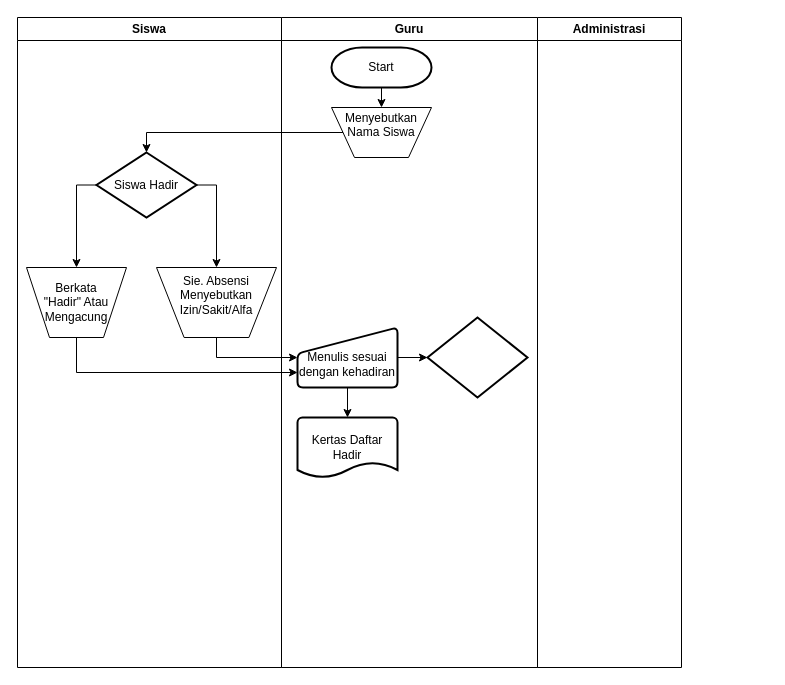
Above: FlowmapBerjalanAbsensi.drawio in Sacrit38/CPP-Ponggame (draw.io), before the change. Source tidied: cells renumbered, new cells numbered last; positions are measured from the earlier drawing's top-left corner, leaving out a move shared by most shapes. Both pictures are drawn from the tidied source at 100%, with x=0, y=0 at pixel (17, 17).
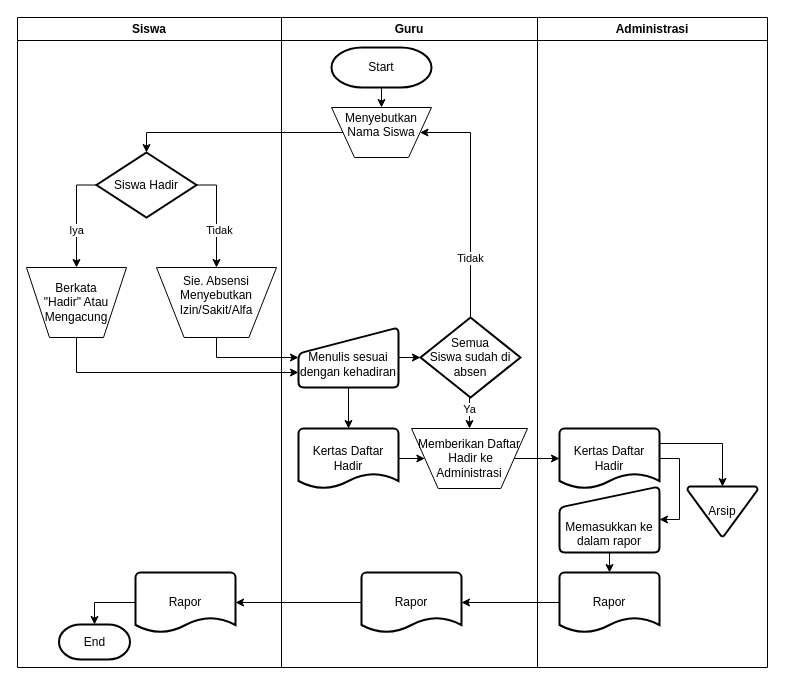
Above is the later version.

The change refers to these unchanged cells:
```xml
<mxCell id="3" value="Guru" style="swimlane;whiteSpace=wrap;html=1;" parent="1" vertex="1">
  <mxGeometry x="264" width="256" height="650" as="geometry" />
</mxCell>
<mxCell id="6" value="Menyebutkan Nama Siswa&lt;div&gt;&lt;br/&gt;&lt;/div&gt;" style="verticalLabelPosition=middle;verticalAlign=middle;html=1;shape=trapezoid;perimeter=trapezoidPerimeter;whiteSpace=wrap;size=0.23;arcSize=10;flipV=1;labelPosition=center;align=center;" parent="3" vertex="1">
  <mxGeometry x="50" y="90" width="100" height="50" as="geometry" />
</mxCell>
<mxCell id="13" value="Siswa" style="swimlane;whiteSpace=wrap;html=1;startSize=23;" parent="1" vertex="1">
  <mxGeometry width="264" height="650" as="geometry" />
</mxCell>
<mxCell id="15" style="edgeStyle=orthogonalEdgeStyle;rounded=0;jettySize=auto;html=1;exitX=0;exitY=0.5;exitDx=0;exitDy=0;exitPerimeter=0;entryX=0.5;entryY=0;entryDx=0;entryDy=0;" parent="13" edge="1" source="17" target="14">
  <mxGeometry relative="1" as="geometry" />
</mxCell>
<mxCell id="16" style="edgeStyle=orthogonalEdgeStyle;rounded=0;jettySize=auto;html=1;exitX=1;exitY=0.5;exitDx=0;exitDy=0;exitPerimeter=0;entryX=0.5;entryY=0;entryDx=0;entryDy=0;" parent="13" edge="1" source="17" target="18">
  <mxGeometry relative="1" as="geometry" />
</mxCell>
```

The edit, as a diff of the source:
```diff
@@
     <mxCell id="7" value="&lt;br&gt;Menulis sesuai dengan kehadiran" style="html=1;strokeWidth=2;shape=manualInput;whiteSpace=wrap;rounded=1;size=26;arcSize=11;" parent="3" vertex="1">
-      <mxGeometry x="16" y="310" width="100" height="60" as="geometry" />
+      <mxGeometry x="17" y="310" width="100" height="60" as="geometry" />
     </mxCell>
     <mxCell id="8" value="Kertas Daftar Hadir" style="strokeWidth=2;html=1;shape=mxgraph.flowchart.document2;whiteSpace=wrap;size=0.25;" parent="3" vertex="1">
-      <mxGeometry x="16" y="400" width="100" height="60" as="geometry" />
+      <mxGeometry x="17" y="411" width="100" height="60" as="geometry" />
     </mxCell>
@@
+    <mxCell id="22" style="edgeStyle=orthogonalEdgeStyle;rounded=0;jettySize=auto;html=1;exitX=0.5;exitY=1;exitDx=0;exitDy=0;exitPerimeter=0;entryX=0.5;entryY=0;entryDx=0;entryDy=0;" parent="3" edge="1" source="10" target="27">
+      <mxGeometry relative="1" as="geometry" />
+    </mxCell>
+    <mxCell id="23" value="Ya" style="edgeLabel;html=1;align=center;verticalAlign=middle;" parent="22" vertex="1">
+      <mxGeometry x="-0.28" y="-1" relative="1" as="geometry" />
+    </mxCell>
+    <mxCell id="24" style="edgeStyle=orthogonalEdgeStyle;rounded=0;jettySize=auto;html=1;entryX=1;entryY=0.5;entryDx=0;entryDy=0;exitX=0.5;exitY=0;exitDx=0;exitDy=0;exitPerimeter=0;" parent="3" edge="1" source="10" target="6">
+      <mxGeometry relative="1" as="geometry">
+        <Array as="points">
+          <mxPoint x="189" y="115" />
+        </Array>
+      </mxGeometry>
+    </mxCell>
+    <mxCell id="25" value="Tidak" style="edgeLabel;html=1;align=center;verticalAlign=middle;" parent="24" vertex="1">
+      <mxGeometry x="-0.49" y="1" relative="1" as="geometry" />
+    </mxCell>
-    <mxCell id="10" style="strokeWidth=2;html=1;shape=mxgraph.flowchart.decision;whiteSpace=wrap;" parent="3" vertex="1">
-      <mxGeometry x="146" y="300" width="100" height="80" as="geometry" />
+    <mxCell id="10" value="Semua &lt;br&gt;Siswa sudah di &lt;br&gt;absen" style="strokeWidth=2;html=1;shape=mxgraph.flowchart.decision;whiteSpace=wrap;" parent="3" vertex="1">
+      <mxGeometry x="139" y="300" width="100" height="80" as="geometry" />
     </mxCell>
@@
+    <mxCell id="26" style="edgeStyle=orthogonalEdgeStyle;rounded=0;jettySize=auto;html=1;exitX=1;exitY=0.5;exitDx=0;exitDy=0;exitPerimeter=0;entryX=0;entryY=0.5;entryDx=0;entryDy=0;" parent="3" edge="1" source="8" target="27">
+      <mxGeometry relative="1" as="geometry" />
+    </mxCell>
+    <mxCell id="27" value="Memberikan Daftar&lt;br&gt;&amp;nbsp;Hadir ke Administrasi" style="verticalLabelPosition=middle;verticalAlign=middle;html=1;shape=trapezoid;perimeter=trapezoidPerimeter;whiteSpace=wrap;size=0.23;arcSize=10;flipV=1;labelPosition=center;align=center;" parent="3" vertex="1">
+      <mxGeometry x="130" y="411" width="116" height="60" as="geometry" />
+    </mxCell>
+    <mxCell id="28" value="Rapor" style="strokeWidth=2;html=1;shape=mxgraph.flowchart.document2;whiteSpace=wrap;size=0.25;" parent="3" vertex="1">
+      <mxGeometry x="80" y="555" width="100" height="60" as="geometry" />
+    </mxCell>
     <mxCell id="12" value="Administrasi" style="swimlane;whiteSpace=wrap;html=1;" parent="1" vertex="1">
-      <mxGeometry x="520" width="144" height="650" as="geometry" />
+      <mxGeometry x="520" width="230" height="650" as="geometry" />
     </mxCell>
+    <mxCell id="29" style="edgeStyle=orthogonalEdgeStyle;rounded=0;jettySize=auto;html=1;exitX=1;exitY=0.5;exitDx=0;exitDy=0;exitPerimeter=0;entryX=1;entryY=0.5;entryDx=0;entryDy=0;" parent="12" edge="1" source="30" target="31">
+      <mxGeometry relative="1" as="geometry" />
+    </mxCell>
+    <mxCell id="30" value="Kertas Daftar Hadir" style="strokeWidth=2;html=1;shape=mxgraph.flowchart.document2;whiteSpace=wrap;size=0.25;" parent="12" vertex="1">
+      <mxGeometry x="22" y="411" width="100" height="60" as="geometry" />
+    </mxCell>
+    <mxCell id="31" value="&lt;br&gt;&lt;br&gt;Memasukkan ke dalam rapor" style="html=1;strokeWidth=2;shape=manualInput;whiteSpace=wrap;rounded=1;size=21;arcSize=11;" parent="12" vertex="1">
+      <mxGeometry x="22" y="469" width="100" height="66" as="geometry" />
+    </mxCell>
+    <mxCell id="32" value="Arsip" style="strokeWidth=2;html=1;shape=mxgraph.flowchart.merge_or_storage;whiteSpace=wrap;" parent="12" vertex="1">
+      <mxGeometry x="150" y="469" width="70" height="50" as="geometry" />
+    </mxCell>
+    <mxCell id="33" style="edgeStyle=orthogonalEdgeStyle;rounded=0;jettySize=auto;html=1;exitX=1;exitY=0.25;exitDx=0;exitDy=0;exitPerimeter=0;entryX=0.5;entryY=0;entryDx=0;entryDy=0;entryPerimeter=0;" parent="12" edge="1" source="30" target="32">
+      <mxGeometry relative="1" as="geometry" />
+    </mxCell>
+    <mxCell id="34" value="Rapor" style="strokeWidth=2;html=1;shape=mxgraph.flowchart.document2;whiteSpace=wrap;size=0.25;" parent="12" vertex="1">
+      <mxGeometry x="22" y="555" width="100" height="60" as="geometry" />
+    </mxCell>
+    <mxCell id="35" style="edgeStyle=orthogonalEdgeStyle;rounded=0;jettySize=auto;html=1;exitX=0.5;exitY=1;exitDx=0;exitDy=0;entryX=0.5;entryY=0;entryDx=0;entryDy=0;entryPerimeter=0;" parent="12" edge="1" source="31" target="34">
+      <mxGeometry relative="1" as="geometry" />
+    </mxCell>
@@
+    <mxCell id="36" value="Iya" style="edgeLabel;html=1;align=center;verticalAlign=middle;" parent="15" vertex="1">
+      <mxGeometry x="0.24" y="-1" relative="1" as="geometry">
+        <mxPoint y="1" as="offset" />
+      </mxGeometry>
+    </mxCell>
@@
+    <mxCell id="37" value="Tidak" style="edgeLabel;html=1;align=center;verticalAlign=middle;" parent="16" vertex="1">
+      <mxGeometry x="0.24" y="2" relative="1" as="geometry">
+        <mxPoint y="1" as="offset" />
+      </mxGeometry>
+    </mxCell>
@@
+    <mxCell id="38" value="Rapor" style="strokeWidth=2;html=1;shape=mxgraph.flowchart.document2;whiteSpace=wrap;size=0.25;" parent="13" vertex="1">
+      <mxGeometry x="118" y="555" width="100" height="60" as="geometry" />
+    </mxCell>
+    <mxCell id="39" value="End" style="strokeWidth=2;html=1;shape=mxgraph.flowchart.terminator;whiteSpace=wrap;" parent="13" vertex="1">
+      <mxGeometry x="41.5" y="607" width="71" height="35" as="geometry" />
+    </mxCell>
+    <mxCell id="40" style="edgeStyle=orthogonalEdgeStyle;rounded=0;jettySize=auto;html=1;entryX=0.5;entryY=0;entryDx=0;entryDy=0;entryPerimeter=0;" parent="13" edge="1" source="38" target="39">
+      <mxGeometry relative="1" as="geometry" />
+    </mxCell>
@@
+    <mxCell id="41" style="edgeStyle=orthogonalEdgeStyle;rounded=0;jettySize=auto;html=1;exitX=1;exitY=0.5;exitDx=0;exitDy=0;entryX=0;entryY=0.5;entryDx=0;entryDy=0;entryPerimeter=0;" parent="1" edge="1" source="27" target="30">
+      <mxGeometry relative="1" as="geometry" />
+    </mxCell>
+    <mxCell id="42" style="edgeStyle=orthogonalEdgeStyle;rounded=0;jettySize=auto;html=1;exitX=0;exitY=0.5;exitDx=0;exitDy=0;exitPerimeter=0;entryX=1;entryY=0.5;entryDx=0;entryDy=0;entryPerimeter=0;" parent="1" edge="1" source="34" target="28">
+      <mxGeometry relative="1" as="geometry" />
+    </mxCell>
+    <mxCell id="43" style="edgeStyle=orthogonalEdgeStyle;rounded=0;jettySize=auto;html=1;entryX=1;entryY=0.5;entryDx=0;entryDy=0;entryPerimeter=0;" parent="1" edge="1" source="28" target="38">
+      <mxGeometry relative="1" as="geometry" />
+    </mxCell>
```
